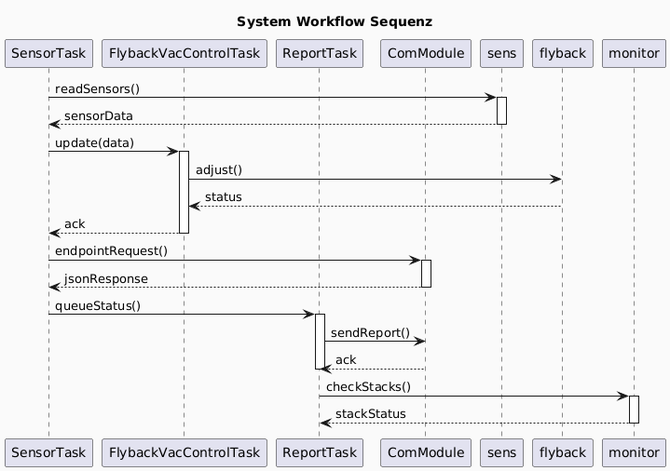
This is docs/PlantUML/System_Workflow_Sequenz.png from mendax0110/FFRESW, a PlantUML export, as it was before one commit.
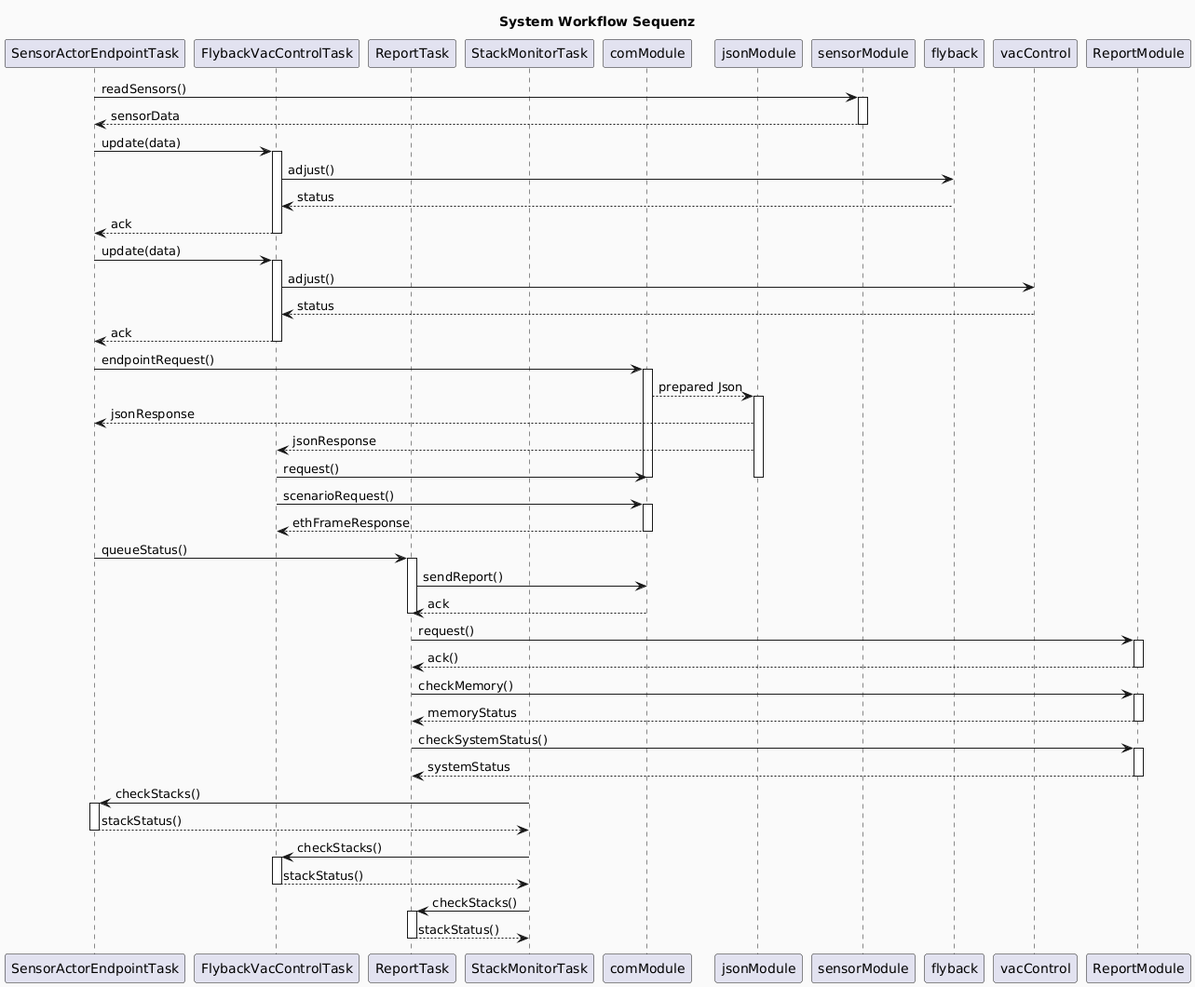
After the commit.

Commit message:
[FFRESW][docs][PlantUML]Added Graphs and UML's for Workflows and docs, updated personal documentation.

What changed in the source:
```diff
@@ -3,15 +3,17 @@
 
 title "System Workflow Sequenz"
 
-participant "SensorTask" as ST
+participant "SensorActorEndpointTask" as ST
 participant "FlybackVacControlTask" as FT
 participant "ReportTask" as RT
-participant "ComModule" as COM
+participant "StackMonitorTask" as STA
+participant "comModule" as COM
+participant "jsonModule" as JS
 
-ST -> sens : readSensors()
-activate sens
-sens --> ST : sensorData
-deactivate sens
+ST -> sensorModule : readSensors()
+activate sensorModule
+sensorModule --> ST : sensorData
+deactivate sensorModule
 
 ST -> FT : update(data)
 activate FT
@@ -20,9 +22,26 @@
 FT --> ST : ack
 deactivate FT
 
+ST -> FT : update(data)
+activate FT
+FT -> vacControl : adjust()
+vacControl --> FT : status
+FT --> ST : ack
+deactivate FT
+
 ST -> COM : endpointRequest()
 activate COM
-COM --> ST : jsonResponse
+COM --> JS : prepared Json
+activate JS
+JS --> ST : jsonResponse
+JS --> FT : jsonResponse
+FT -> COM : request()
+deactivate COM
+deactivate JS
+
+FT -> COM : scenarioRequest()
+activate COM
+COM --> FT : ethFrameResponse
 deactivate COM
 
 ST -> RT : queueStatus()
@@ -31,8 +50,33 @@
 COM --> RT : ack
 deactivate RT
 
-RT -> monitor : checkStacks()
-activate monitor
-monitor --> RT : stackStatus
-deactivate monitor
+RT -> ReportModule : request()
+activate ReportModule
+ReportModule --> RT : ack()
+deactivate ReportModule
+
+RT -> ReportModule : checkMemory()
+activate ReportModule
+ReportModule --> RT : memoryStatus
+deactivate ReportModule
+
+RT -> ReportModule : checkSystemStatus()
+activate ReportModule
+ReportModule --> RT : systemStatus
+deactivate ReportModule
+
+STA -> ST : checkStacks()
+activate ST
+ST --> STA : stackStatus()
+deactivate ST
+
+STA -> FT : checkStacks()
+activate FT
+FT --> STA : stackStatus()
+deactivate FT
+
+STA -> RT : checkStacks()
+activate RT
+RT --> STA : stackStatus()
+deactivate RT
 @enduml
```
